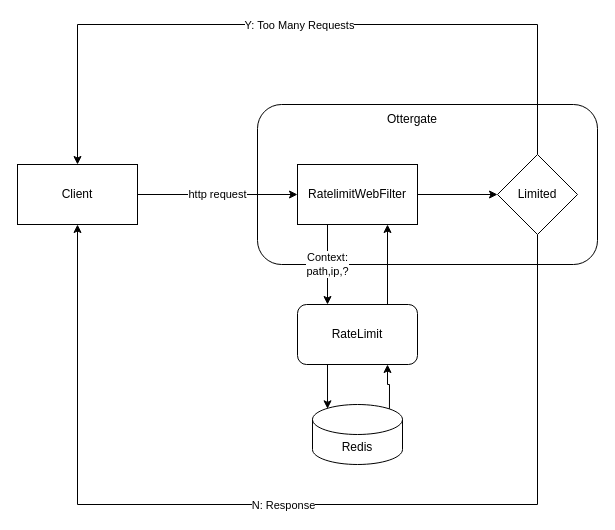
Earlier version of the draw.io diagram Ratelimit.drawio (evagle/awesome). Source tidied: cells renumbered, new cells numbered last; positions are measured from the earlier drawing's top-left corner, leaving out a move shared by most shapes. Both pictures are drawn from the tidied source at 100%, with x=0, y=0 at pixel (17, 24).
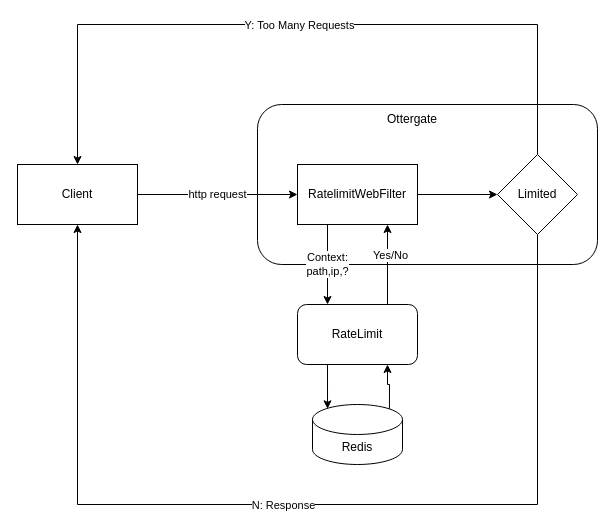
The same diagram, later.

Unchanged cells that the change refers to:
```xml
<mxCell id="14" style="edgeStyle=orthogonalEdgeStyle;rounded=0;jettySize=auto;html=1;exitX=0.75;exitY=0;exitDx=0;exitDy=0;entryX=0.75;entryY=1;entryDx=0;entryDy=0;" parent="1" edge="1" source="15" target="5">
  <mxGeometry relative="1" as="geometry" />
</mxCell>
```

Change to the diagram source:
```diff
@@
+    <mxCell id="19" value="Yes/No" style="edgeLabel;html=1;align=center;verticalAlign=middle;" parent="14" vertex="1">
+      <mxGeometry x="0.25" y="-2" relative="1" as="geometry" />
+    </mxCell>
```
